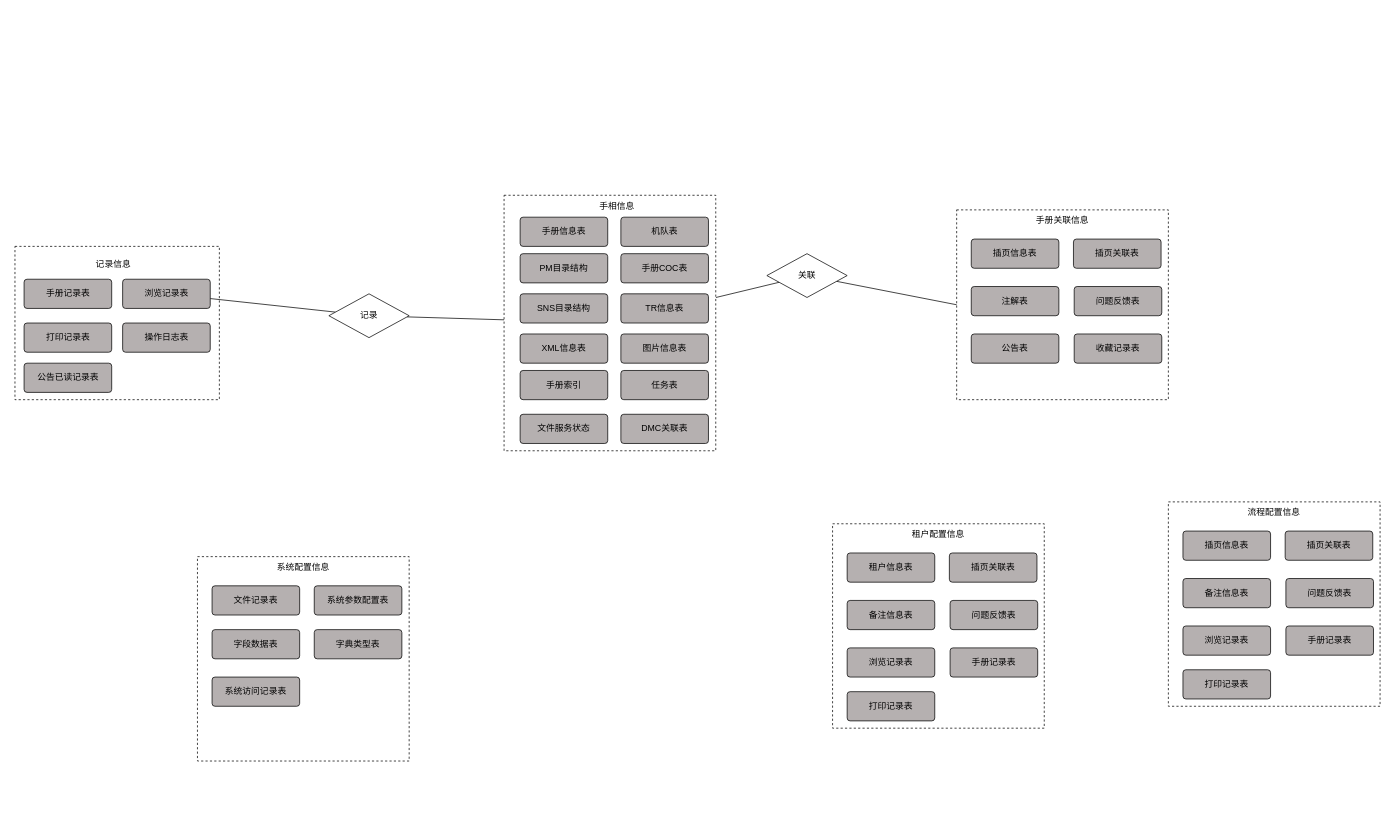
Earlier version of the draw.io diagram 数据结构图.drawio (DemonHan/KuickBuy). Source tidied: cells renumbered, new cells numbered last; positions are measured from the earlier drawing's top-left corner, leaving out a move shared by most shapes. Both pictures are drawn from the tidied source at 73%, with x=0, y=0 at pixel (15, 195).
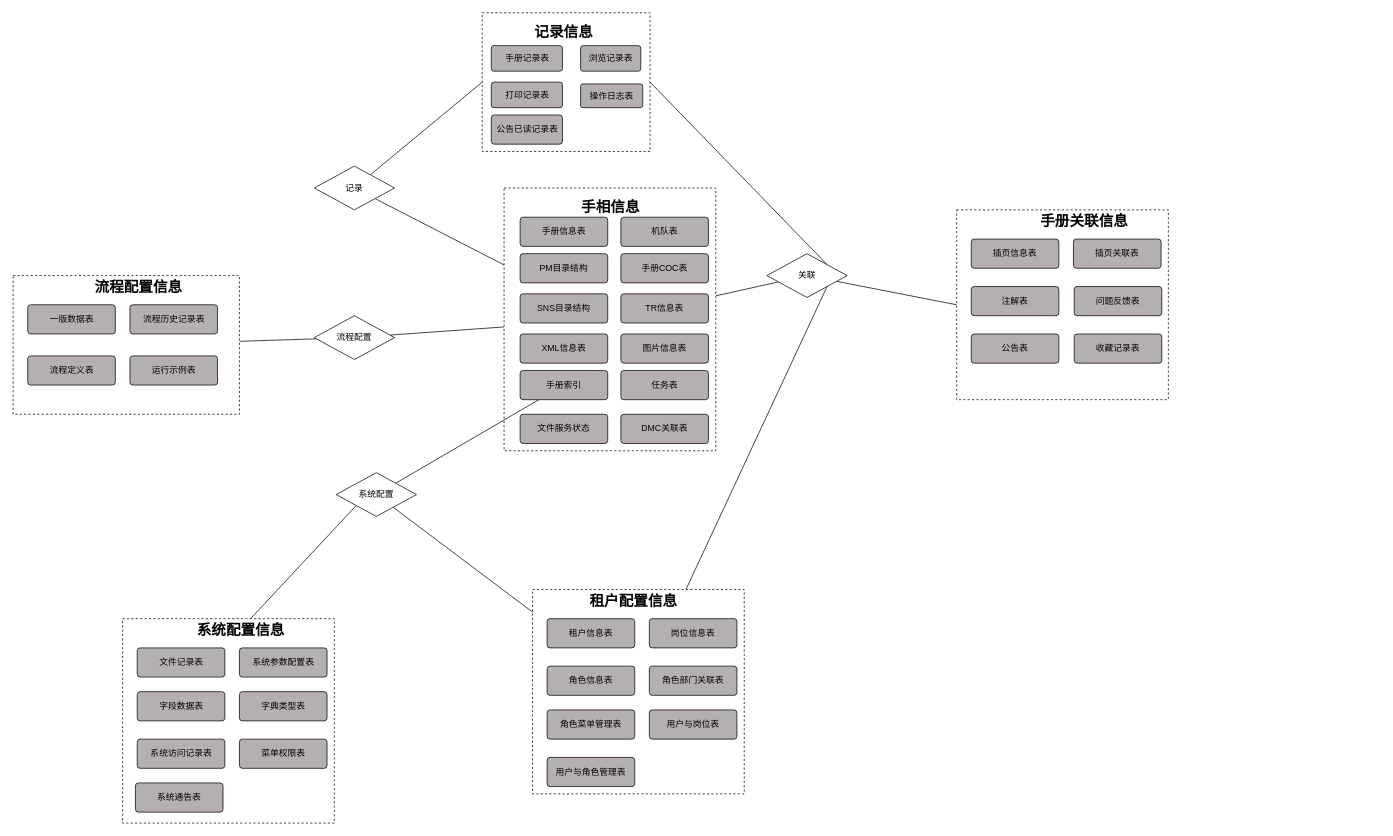
The same diagram, later.

Commit message (it also covers changes not shown here):
更新数据结构图.drawio

Unchanged cells that the change refers to:
```xml
<mxCell id="9" value="手册索引" style="rounded=1;arcSize=10;whiteSpace=wrap;html=1;align=center;fillColor=#b5b0b0;" parent="1" vertex="1">
  <mxGeometry x="692" y="240" width="120" height="40" as="geometry" />
</mxCell>
<mxCell id="24" value="关联" style="rhombus;whiteSpace=wrap;html=1;" parent="1" vertex="1">
  <mxGeometry x="1030" y="80" width="110" height="60" as="geometry" />
</mxCell>
```

The edit, as a diff of the source:
```diff
@@
+    <mxCell id="62" style="edgeStyle=none;rounded=0;jettySize=auto;html=1;entryX=1;entryY=0;entryDx=0;entryDy=0;endArrow=none;endFill=0;exitX=1;exitY=0.5;exitDx=0;exitDy=0;" parent="1" edge="1" source="2" target="24">
+      <mxGeometry relative="1" as="geometry" />
+    </mxCell>
     <mxCell id="2" style="rounded=0;whiteSpace=wrap;html=1;dashed=1;" parent="1" vertex="1">
-      <mxGeometry y="70" width="280" height="210" as="geometry" />
+      <mxGeometry x="640" y="-250" width="230" height="190" as="geometry" />
     </mxCell>
@@
     <mxCell id="6" style="rounded=0;whiteSpace=wrap;html=1;dashed=1;" parent="1" vertex="1">
-      <mxGeometry x="670" width="290" height="350" as="geometry" />
+      <mxGeometry x="670" y="-10" width="290" height="360" as="geometry" />
     </mxCell>
@@
+    <mxCell id="63" style="edgeStyle=none;rounded=0;jettySize=auto;html=1;endArrow=none;endFill=0;" parent="1" edge="1" source="9" target="74">
+      <mxGeometry relative="1" as="geometry" />
+    </mxCell>
@@
-    <mxCell id="19" value="手相信息" style="text;html=1;strokeColor=none;fillColor=none;align=center;verticalAlign=middle;whiteSpace=wrap;rounded=0;" parent="1" vertex="1">
-      <mxGeometry x="790" width="70" height="30" as="geometry" />
+    <mxCell id="19" value="手相信息" style="text;html=1;strokeColor=none;fillColor=none;align=center;verticalAlign=middle;whiteSpace=wrap;rounded=0;fontSize=20;fontStyle=1;" parent="1" vertex="1">
+      <mxGeometry x="763" width="106" height="30" as="geometry" />
     </mxCell>
-    <mxCell id="20" value="手册关联信息" style="text;html=1;strokeColor=none;fillColor=none;align=center;verticalAlign=middle;whiteSpace=wrap;rounded=0;" parent="1" vertex="1">
-      <mxGeometry x="1390" y="20" width="90" height="30" as="geometry" />
+    <mxCell id="20" value="手册关联信息" style="text;html=1;strokeColor=none;fillColor=none;align=center;verticalAlign=middle;whiteSpace=wrap;rounded=0;fontSize=20;fontStyle=1;" parent="1" vertex="1">
+      <mxGeometry x="1390" y="20" width="150" height="30" as="geometry" />
     </mxCell>
@@
-    <mxCell id="25" style="edgeStyle=none;rounded=0;jettySize=auto;html=1;endArrow=none;endFill=0;" parent="1" edge="1" source="26" target="53">
+    <mxCell id="25" style="edgeStyle=none;rounded=0;jettySize=auto;html=1;endArrow=none;endFill=0;exitX=0;exitY=0.5;exitDx=0;exitDy=0;" parent="1" edge="1" source="2" target="53">
       <mxGeometry relative="1" as="geometry" />
     </mxCell>
     <mxCell id="26" value="浏览记录表" style="rounded=1;arcSize=10;whiteSpace=wrap;html=1;align=center;fillColor=#b5b0b0;" parent="1" vertex="1">
-      <mxGeometry x="147.5" y="115" width="120" height="40" as="geometry" />
+      <mxGeometry x="774.8" y="-205" width="82.5" height="35" as="geometry" />
     </mxCell>
     <mxCell id="27" value="手册记录表" style="rounded=1;arcSize=10;whiteSpace=wrap;html=1;align=center;fillColor=#b5b0b0;" parent="1" vertex="1">
-      <mxGeometry x="12.5" y="115" width="120" height="40" as="geometry" />
+      <mxGeometry x="652.5" y="-205" width="97.5" height="35" as="geometry" />
     </mxCell>
     <mxCell id="28" value="打印记录表" style="rounded=1;arcSize=10;whiteSpace=wrap;html=1;align=center;fillColor=#b5b0b0;" parent="1" vertex="1">
-      <mxGeometry x="12.5" y="175" width="120" height="40" as="geometry" />
+      <mxGeometry x="652.5" y="-155" width="97.5" height="35" as="geometry" />
     </mxCell>
     <mxCell id="29" style="rounded=0;whiteSpace=wrap;html=1;dashed=1;" parent="1" vertex="1">
-      <mxGeometry x="250" y="495" width="290" height="280" as="geometry" />
+      <mxGeometry x="147.5" y="580" width="290" height="280" as="geometry" />
     </mxCell>
     <mxCell id="30" value="文件记录表" style="rounded=1;arcSize=10;whiteSpace=wrap;html=1;align=center;fillColor=#b5b0b0;" parent="1" vertex="1">
-      <mxGeometry x="270" y="535" width="120" height="40" as="geometry" />
+      <mxGeometry x="167.5" y="620" width="120" height="40" as="geometry" />
     </mxCell>
+    <mxCell id="64" style="edgeStyle=none;rounded=0;jettySize=auto;html=1;entryX=0;entryY=1;entryDx=0;entryDy=0;endArrow=none;endFill=0;" parent="1" edge="1" source="31" target="74">
+      <mxGeometry relative="1" as="geometry" />
+    </mxCell>
-    <mxCell id="31" value="系统配置信息" style="text;html=1;strokeColor=none;fillColor=none;align=center;verticalAlign=middle;whiteSpace=wrap;rounded=0;" parent="1" vertex="1">
-      <mxGeometry x="350" y="495" width="90" height="30" as="geometry" />
+    <mxCell id="31" value="系统配置信息" style="text;html=1;strokeColor=none;fillColor=none;align=center;verticalAlign=middle;whiteSpace=wrap;rounded=0;fontSize=20;fontStyle=1;" parent="1" vertex="1">
+      <mxGeometry x="247.5" y="580" width="122.5" height="30" as="geometry" />
     </mxCell>
+    <mxCell id="65" style="edgeStyle=none;rounded=0;jettySize=auto;html=1;entryX=1;entryY=1;entryDx=0;entryDy=0;endArrow=none;endFill=0;" parent="1" edge="1" source="32" target="24">
+      <mxGeometry relative="1" as="geometry" />
+    </mxCell>
     <mxCell id="32" style="rounded=0;whiteSpace=wrap;html=1;dashed=1;" parent="1" vertex="1">
-      <mxGeometry x="1120" y="450" width="290" height="280" as="geometry" />
+      <mxGeometry x="709" y="540" width="290" height="280" as="geometry" />
     </mxCell>
-    <mxCell id="33" value="插页关联表" style="rounded=1;arcSize=10;whiteSpace=wrap;html=1;align=center;fillColor=#b5b0b0;" parent="1" vertex="1">
-      <mxGeometry x="1280" y="490" width="120" height="40" as="geometry" />
+    <mxCell id="33" value="岗位信息表" style="rounded=1;arcSize=10;whiteSpace=wrap;html=1;align=center;fillColor=#b5b0b0;" parent="1" vertex="1">
+      <mxGeometry x="869" y="580" width="120" height="40" as="geometry" />
     </mxCell>
     <mxCell id="34" value="租户信息表" style="rounded=1;arcSize=10;whiteSpace=wrap;html=1;align=center;fillColor=#b5b0b0;" parent="1" vertex="1">
-      <mxGeometry x="1140" y="490" width="120" height="40" as="geometry" />
+      <mxGeometry x="729" y="580" width="120" height="40" as="geometry" />
     </mxCell>
-    <mxCell id="35" value="租户配置信息" style="text;html=1;strokeColor=none;fillColor=none;align=center;verticalAlign=middle;whiteSpace=wrap;rounded=0;" parent="1" vertex="1">
-      <mxGeometry x="1220" y="450" width="90" height="30" as="geometry" />
+    <mxCell id="35" value="租户配置信息" style="text;html=1;strokeColor=none;fillColor=none;align=center;verticalAlign=middle;whiteSpace=wrap;rounded=0;fontStyle=1;fontSize=20;" parent="1" vertex="1">
+      <mxGeometry x="782" y="540" width="131" height="30" as="geometry" />
     </mxCell>
-    <mxCell id="36" value="备注信息表" style="rounded=1;arcSize=10;whiteSpace=wrap;html=1;align=center;fillColor=#b5b0b0;" parent="1" vertex="1">
-      <mxGeometry x="1140" y="555" width="120" height="40" as="geometry" />
+    <mxCell id="36" value="角色信息表" style="rounded=1;arcSize=10;whiteSpace=wrap;html=1;align=center;fillColor=#b5b0b0;" parent="1" vertex="1">
+      <mxGeometry x="729" y="645" width="120" height="40" as="geometry" />
     </mxCell>
-    <mxCell id="37" value="问题反馈表" style="rounded=1;arcSize=10;whiteSpace=wrap;html=1;align=center;fillColor=#b5b0b0;" parent="1" vertex="1">
-      <mxGeometry x="1281" y="555" width="120" height="40" as="geometry" />
-    </mxCell>
-    <mxCell id="38" value="浏览记录表" style="rounded=1;arcSize=10;whiteSpace=wrap;html=1;align=center;fillColor=#b5b0b0;" parent="1" vertex="1">
-      <mxGeometry x="1140" y="620" width="120" height="40" as="geometry" />
-    </mxCell>
-    <mxCell id="39" value="手册记录表" style="rounded=1;arcSize=10;whiteSpace=wrap;html=1;align=center;fillColor=#b5b0b0;" parent="1" vertex="1">
-      <mxGeometry x="1281" y="620" width="120" height="40" as="geometry" />
-    </mxCell>
-    <mxCell id="40" value="打印记录表" style="rounded=1;arcSize=10;whiteSpace=wrap;html=1;align=center;fillColor=#b5b0b0;" parent="1" vertex="1">
-      <mxGeometry x="1140" y="680" width="120" height="40" as="geometry" />
-    </mxCell>
+    <mxCell id="66" style="edgeStyle=none;rounded=0;jettySize=auto;html=1;endArrow=none;endFill=0;" parent="1" edge="1" source="41" target="79">
+      <mxGeometry relative="1" as="geometry" />
+    </mxCell>
     <mxCell id="41" style="rounded=0;whiteSpace=wrap;html=1;dashed=1;" parent="1" vertex="1">
-      <mxGeometry x="1580" y="420" width="290" height="280" as="geometry" />
+      <mxGeometry x="-2.5" y="110" width="310" height="190" as="geometry" />
     </mxCell>
-    <mxCell id="42" value="插页关联表" style="rounded=1;arcSize=10;whiteSpace=wrap;html=1;align=center;fillColor=#b5b0b0;" parent="1" vertex="1">
-      <mxGeometry x="1740" y="460" width="120" height="40" as="geometry" />
-    </mxCell>
-    <mxCell id="43" value="插页信息表" style="rounded=1;arcSize=10;whiteSpace=wrap;html=1;align=center;fillColor=#b5b0b0;" parent="1" vertex="1">
-      <mxGeometry x="1600" y="460" width="120" height="40" as="geometry" />
+    <mxCell id="43" value="一版数据表" style="rounded=1;arcSize=10;whiteSpace=wrap;html=1;align=center;fillColor=#b5b0b0;" parent="1" vertex="1">
+      <mxGeometry x="17.5" y="150" width="120" height="40" as="geometry" />
     </mxCell>
-    <mxCell id="44" value="流程配置信息" style="text;html=1;strokeColor=none;fillColor=none;align=center;verticalAlign=middle;whiteSpace=wrap;rounded=0;" parent="1" vertex="1">
-      <mxGeometry x="1680" y="420" width="90" height="30" as="geometry" />
+    <mxCell id="44" value="流程配置信息" style="text;html=1;strokeColor=none;fillColor=none;align=center;verticalAlign=middle;whiteSpace=wrap;rounded=0;fontSize=20;fontStyle=1;" parent="1" vertex="1">
+      <mxGeometry x="97.5" y="110" width="142.5" height="30" as="geometry" />
     </mxCell>
-    <mxCell id="45" value="备注信息表" style="rounded=1;arcSize=10;whiteSpace=wrap;html=1;align=center;fillColor=#b5b0b0;" parent="1" vertex="1">
-      <mxGeometry x="1600" y="525" width="120" height="40" as="geometry" />
-    </mxCell>
-    <mxCell id="46" value="问题反馈表" style="rounded=1;arcSize=10;whiteSpace=wrap;html=1;align=center;fillColor=#b5b0b0;" parent="1" vertex="1">
-      <mxGeometry x="1741" y="525" width="120" height="40" as="geometry" />
-    </mxCell>
-    <mxCell id="47" value="浏览记录表" style="rounded=1;arcSize=10;whiteSpace=wrap;html=1;align=center;fillColor=#b5b0b0;" parent="1" vertex="1">
-      <mxGeometry x="1600" y="590" width="120" height="40" as="geometry" />
-    </mxCell>
-    <mxCell id="48" value="手册记录表" style="rounded=1;arcSize=10;whiteSpace=wrap;html=1;align=center;fillColor=#b5b0b0;" parent="1" vertex="1">
-      <mxGeometry x="1741" y="590" width="120" height="40" as="geometry" />
-    </mxCell>
-    <mxCell id="49" value="打印记录表" style="rounded=1;arcSize=10;whiteSpace=wrap;html=1;align=center;fillColor=#b5b0b0;" parent="1" vertex="1">
-      <mxGeometry x="1600" y="650" width="120" height="40" as="geometry" />
-    </mxCell>
@@
-    <mxCell id="51" value="记录信息" style="text;html=1;strokeColor=none;fillColor=none;align=center;verticalAlign=middle;whiteSpace=wrap;rounded=0;" parent="1" vertex="1">
-      <mxGeometry x="90" y="80" width="90" height="30" as="geometry" />
+    <mxCell id="51" value="记录信息" style="text;html=1;strokeColor=none;fillColor=none;align=center;verticalAlign=middle;whiteSpace=wrap;rounded=0;fontSize=20;fontStyle=1;" parent="1" vertex="1">
+      <mxGeometry x="707" y="-240" width="90" height="30" as="geometry" />
     </mxCell>
     <mxCell id="52" value="操作日志表" style="rounded=1;arcSize=10;whiteSpace=wrap;html=1;align=center;fillColor=#b5b0b0;" parent="1" vertex="1">
-      <mxGeometry x="147.5" y="175" width="120" height="40" as="geometry" />
+      <mxGeometry x="774.8" y="-152.5" width="85.2" height="32.5" as="geometry" />
     </mxCell>
     <mxCell id="53" value="记录" style="rhombus;whiteSpace=wrap;html=1;" parent="1" vertex="1">
-      <mxGeometry x="430" y="135" width="110" height="60" as="geometry" />
+      <mxGeometry x="410" y="-40" width="110" height="60" as="geometry" />
     </mxCell>
@@
     <mxCell id="55" value="公告已读记录表" style="rounded=1;arcSize=10;whiteSpace=wrap;html=1;align=center;fillColor=#b5b0b0;" parent="1" vertex="1">
-      <mxGeometry x="12.5" y="230" width="120" height="40" as="geometry" />
+      <mxGeometry x="652.5" y="-110" width="97.5" height="40" as="geometry" />
     </mxCell>
@@
     <mxCell id="58" value="系统参数配置表" style="rounded=1;arcSize=10;whiteSpace=wrap;html=1;align=center;fillColor=#b5b0b0;" parent="1" vertex="1">
-      <mxGeometry x="410" y="535" width="120" height="40" as="geometry" />
+      <mxGeometry x="307.5" y="620" width="120" height="40" as="geometry" />
     </mxCell>
     <mxCell id="59" value="字段数据表" style="rounded=1;arcSize=10;whiteSpace=wrap;html=1;align=center;fillColor=#b5b0b0;" parent="1" vertex="1">
-      <mxGeometry x="270" y="595" width="120" height="40" as="geometry" />
+      <mxGeometry x="167.5" y="680" width="120" height="40" as="geometry" />
     </mxCell>
     <mxCell id="60" value="字典类型表" style="rounded=1;arcSize=10;whiteSpace=wrap;html=1;align=center;fillColor=#b5b0b0;" parent="1" vertex="1">
-      <mxGeometry x="410" y="595" width="120" height="40" as="geometry" />
+      <mxGeometry x="307.5" y="680" width="120" height="40" as="geometry" />
     </mxCell>
     <mxCell id="61" value="系统访问记录表" style="rounded=1;arcSize=10;whiteSpace=wrap;html=1;align=center;fillColor=#b5b0b0;" parent="1" vertex="1">
-      <mxGeometry x="270" y="660" width="120" height="40" as="geometry" />
+      <mxGeometry x="167.5" y="745" width="120" height="40" as="geometry" />
     </mxCell>
+    <mxCell id="67" value="菜单权限表" style="rounded=1;arcSize=10;whiteSpace=wrap;html=1;align=center;fillColor=#b5b0b0;" parent="1" vertex="1">
+      <mxGeometry x="307.5" y="745" width="120" height="40" as="geometry" />
+    </mxCell>
+    <mxCell id="68" value="系统通告表" style="rounded=1;arcSize=10;whiteSpace=wrap;html=1;align=center;fillColor=#b5b0b0;" parent="1" vertex="1">
+      <mxGeometry x="165" y="805" width="120" height="40" as="geometry" />
+    </mxCell>
+    <mxCell id="69" value="角色部门关联表" style="rounded=1;arcSize=10;whiteSpace=wrap;html=1;align=center;fillColor=#b5b0b0;" parent="1" vertex="1">
+      <mxGeometry x="869" y="645" width="120" height="40" as="geometry" />
+    </mxCell>
+    <mxCell id="70" value="角色菜单管理表" style="rounded=1;arcSize=10;whiteSpace=wrap;html=1;align=center;fillColor=#b5b0b0;" parent="1" vertex="1">
+      <mxGeometry x="729" y="705" width="120" height="40" as="geometry" />
+    </mxCell>
+    <mxCell id="71" value="用户与岗位表" style="rounded=1;arcSize=10;whiteSpace=wrap;html=1;align=center;fillColor=#b5b0b0;" parent="1" vertex="1">
+      <mxGeometry x="869" y="705" width="120" height="40" as="geometry" />
+    </mxCell>
+    <mxCell id="72" value="用户与角色管理表" style="rounded=1;arcSize=10;whiteSpace=wrap;html=1;align=center;fillColor=#b5b0b0;" parent="1" vertex="1">
+      <mxGeometry x="729" y="770" width="120" height="40" as="geometry" />
+    </mxCell>
+    <mxCell id="73" style="edgeStyle=none;rounded=0;jettySize=auto;html=1;endArrow=none;endFill=0;" parent="1" edge="1" source="74" target="32">
+      <mxGeometry relative="1" as="geometry" />
+    </mxCell>
+    <mxCell id="74" value="系统配置" style="rhombus;whiteSpace=wrap;html=1;" parent="1" vertex="1">
+      <mxGeometry x="440" y="380" width="110" height="60" as="geometry" />
+    </mxCell>
+    <mxCell id="75" value="流程历史记录表" style="rounded=1;arcSize=10;whiteSpace=wrap;html=1;align=center;fillColor=#b5b0b0;" parent="1" vertex="1">
+      <mxGeometry x="157.5" y="150" width="120" height="40" as="geometry" />
+    </mxCell>
+    <mxCell id="76" value="流程定义表" style="rounded=1;arcSize=10;whiteSpace=wrap;html=1;align=center;fillColor=#b5b0b0;" parent="1" vertex="1">
+      <mxGeometry x="17.5" y="220" width="120" height="40" as="geometry" />
+    </mxCell>
+    <mxCell id="77" value="运行示例表" style="rounded=1;arcSize=10;whiteSpace=wrap;html=1;align=center;fillColor=#b5b0b0;" parent="1" vertex="1">
+      <mxGeometry x="157.5" y="220" width="120" height="40" as="geometry" />
+    </mxCell>
+    <mxCell id="78" style="edgeStyle=none;rounded=0;jettySize=auto;html=1;endArrow=none;endFill=0;" parent="1" edge="1" source="79" target="6">
+      <mxGeometry relative="1" as="geometry" />
+    </mxCell>
+    <mxCell id="79" value="流程配置" style="rhombus;whiteSpace=wrap;html=1;" parent="1" vertex="1">
+      <mxGeometry x="410" y="165" width="110" height="60" as="geometry" />
+    </mxCell>
```
